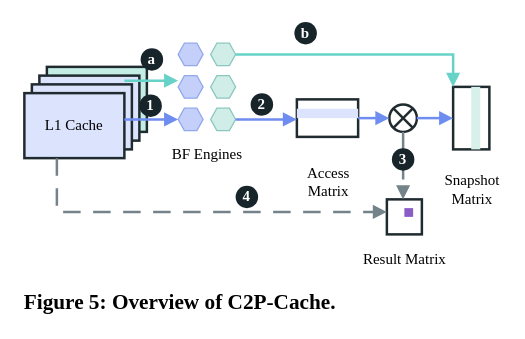
swayhrl/accel-sim-framework keeps this draw.io diagram as docs/c2p-cache/figures/c2p_paper_fig5_layout_redraw.drawio. Above is the earlier version. Source tidied: cells renumbered, new cells numbered last; positions are measured from the earlier drawing's top-left corner, leaving out a move shared by most shapes. Both pictures are drawn from the tidied source at 125%, with x=0, y=0 at pixel (21, 21).
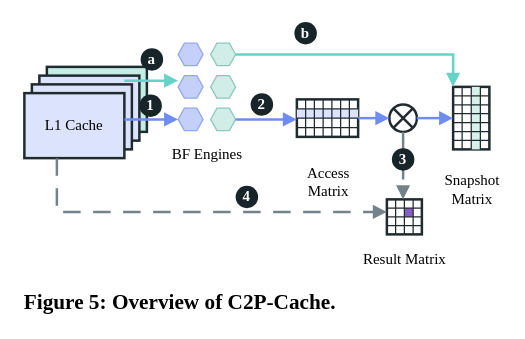
After the change.

Commit message:
Make C2P drawio matrices explicit

Change to the diagram source:
```diff
@@
+    <mxCell id="40" style="endArrow=none;startArrow=none;strokeColor=#202b30;strokeWidth=1;" parent="1" edge="1">
+      <mxGeometry relative="1" as="geometry">
+        <mxPoint x="227" y="62" as="sourcePoint" />
+        <mxPoint x="227" y="92" as="targetPoint" />
+      </mxGeometry>
+    </mxCell>
+    <mxCell id="41" style="endArrow=none;startArrow=none;strokeColor=#202b30;strokeWidth=1;" parent="1" edge="1">
+      <mxGeometry relative="1" as="geometry">
+        <mxPoint x="234" y="62" as="sourcePoint" />
+        <mxPoint x="234" y="92" as="targetPoint" />
+      </mxGeometry>
+    </mxCell>
+    <mxCell id="42" style="endArrow=none;startArrow=none;strokeColor=#202b30;strokeWidth=1;" parent="1" edge="1">
+      <mxGeometry relative="1" as="geometry">
+        <mxPoint x="241" y="62" as="sourcePoint" />
+        <mxPoint x="241" y="92" as="targetPoint" />
+      </mxGeometry>
+    </mxCell>
+    <mxCell id="43" style="endArrow=none;startArrow=none;strokeColor=#202b30;strokeWidth=1;" parent="1" edge="1">
+      <mxGeometry relative="1" as="geometry">
+        <mxPoint x="248" y="62" as="sourcePoint" />
+        <mxPoint x="248" y="92" as="targetPoint" />
+      </mxGeometry>
+    </mxCell>
+    <mxCell id="44" style="endArrow=none;startArrow=none;strokeColor=#202b30;strokeWidth=1;" parent="1" edge="1">
+      <mxGeometry relative="1" as="geometry">
+        <mxPoint x="255" y="62" as="sourcePoint" />
+        <mxPoint x="255" y="92" as="targetPoint" />
+      </mxGeometry>
+    </mxCell>
+    <mxCell id="45" style="endArrow=none;startArrow=none;strokeColor=#202b30;strokeWidth=1;" parent="1" edge="1">
+      <mxGeometry relative="1" as="geometry">
+        <mxPoint x="262" y="62" as="sourcePoint" />
+        <mxPoint x="262" y="92" as="targetPoint" />
+      </mxGeometry>
+    </mxCell>
+    <mxCell id="46" style="endArrow=none;startArrow=none;strokeColor=#202b30;strokeWidth=1;" parent="1" edge="1">
+      <mxGeometry relative="1" as="geometry">
+        <mxPoint x="220" y="69.5" as="sourcePoint" />
+        <mxPoint x="269" y="69.5" as="targetPoint" />
+      </mxGeometry>
+    </mxCell>
+    <mxCell id="47" style="endArrow=none;startArrow=none;strokeColor=#202b30;strokeWidth=1;" parent="1" edge="1">
+      <mxGeometry relative="1" as="geometry">
+        <mxPoint x="220" y="77" as="sourcePoint" />
+        <mxPoint x="269" y="77" as="targetPoint" />
+      </mxGeometry>
+    </mxCell>
+    <mxCell id="48" style="endArrow=none;startArrow=none;strokeColor=#202b30;strokeWidth=1;" parent="1" edge="1">
+      <mxGeometry relative="1" as="geometry">
+        <mxPoint x="220" y="84.5" as="sourcePoint" />
+        <mxPoint x="269" y="84.5" as="targetPoint" />
+      </mxGeometry>
+    </mxCell>
@@
+    <mxCell id="49" style="endArrow=none;startArrow=none;strokeColor=#202b30;strokeWidth=1;" parent="1" edge="1">
+      <mxGeometry relative="1" as="geometry">
+        <mxPoint x="352.2" y="52" as="sourcePoint" />
+        <mxPoint x="352.2" y="102" as="targetPoint" />
+      </mxGeometry>
+    </mxCell>
+    <mxCell id="50" style="endArrow=none;startArrow=none;strokeColor=#202b30;strokeWidth=1;" parent="1" edge="1">
+      <mxGeometry relative="1" as="geometry">
+        <mxPoint x="359.5" y="52" as="sourcePoint" />
+        <mxPoint x="359.5" y="102" as="targetPoint" />
+      </mxGeometry>
+    </mxCell>
+    <mxCell id="51" style="endArrow=none;startArrow=none;strokeColor=#202b30;strokeWidth=1;" parent="1" edge="1">
+      <mxGeometry relative="1" as="geometry">
+        <mxPoint x="366.8" y="52" as="sourcePoint" />
+        <mxPoint x="366.8" y="102" as="targetPoint" />
+      </mxGeometry>
+    </mxCell>
+    <mxCell id="52" style="endArrow=none;startArrow=none;strokeColor=#202b30;strokeWidth=1;" parent="1" edge="1">
+      <mxGeometry relative="1" as="geometry">
+        <mxPoint x="345" y="59.1" as="sourcePoint" />
+        <mxPoint x="374" y="59.1" as="targetPoint" />
+      </mxGeometry>
+    </mxCell>
+    <mxCell id="53" style="endArrow=none;startArrow=none;strokeColor=#202b30;strokeWidth=1;" parent="1" edge="1">
+      <mxGeometry relative="1" as="geometry">
+        <mxPoint x="345" y="66.3" as="sourcePoint" />
+        <mxPoint x="374" y="66.3" as="targetPoint" />
+      </mxGeometry>
+    </mxCell>
+    <mxCell id="54" style="endArrow=none;startArrow=none;strokeColor=#202b30;strokeWidth=1;" parent="1" edge="1">
+      <mxGeometry relative="1" as="geometry">
+        <mxPoint x="345" y="73.4" as="sourcePoint" />
+        <mxPoint x="374" y="73.4" as="targetPoint" />
+      </mxGeometry>
+    </mxCell>
+    <mxCell id="55" style="endArrow=none;startArrow=none;strokeColor=#202b30;strokeWidth=1;" parent="1" edge="1">
+      <mxGeometry relative="1" as="geometry">
+        <mxPoint x="345" y="80.6" as="sourcePoint" />
+        <mxPoint x="374" y="80.6" as="targetPoint" />
+      </mxGeometry>
+    </mxCell>
+    <mxCell id="56" style="endArrow=none;startArrow=none;strokeColor=#202b30;strokeWidth=1;" parent="1" edge="1">
+      <mxGeometry relative="1" as="geometry">
+        <mxPoint x="345" y="87.7" as="sourcePoint" />
+        <mxPoint x="374" y="87.7" as="targetPoint" />
+      </mxGeometry>
+    </mxCell>
+    <mxCell id="57" style="endArrow=none;startArrow=none;strokeColor=#202b30;strokeWidth=1;" parent="1" edge="1">
+      <mxGeometry relative="1" as="geometry">
+        <mxPoint x="345" y="94.8" as="sourcePoint" />
+        <mxPoint x="374" y="94.8" as="targetPoint" />
+      </mxGeometry>
+    </mxCell>
@@
+    <mxCell id="58" style="endArrow=none;startArrow=none;strokeColor=#202b30;strokeWidth=1;" parent="1" edge="1">
+      <mxGeometry relative="1" as="geometry">
+        <mxPoint x="299" y="142" as="sourcePoint" />
+        <mxPoint x="299" y="170" as="targetPoint" />
+      </mxGeometry>
+    </mxCell>
+    <mxCell id="59" style="endArrow=none;startArrow=none;strokeColor=#202b30;strokeWidth=1;" parent="1" edge="1">
+      <mxGeometry relative="1" as="geometry">
+        <mxPoint x="306" y="142" as="sourcePoint" />
+        <mxPoint x="306" y="170" as="targetPoint" />
+      </mxGeometry>
+    </mxCell>
+    <mxCell id="60" style="endArrow=none;startArrow=none;strokeColor=#202b30;strokeWidth=1;" parent="1" edge="1">
+      <mxGeometry relative="1" as="geometry">
+        <mxPoint x="313" y="142" as="sourcePoint" />
+        <mxPoint x="313" y="170" as="targetPoint" />
+      </mxGeometry>
+    </mxCell>
+    <mxCell id="61" style="endArrow=none;startArrow=none;strokeColor=#202b30;strokeWidth=1;" parent="1" edge="1">
+      <mxGeometry relative="1" as="geometry">
+        <mxPoint x="292" y="149" as="sourcePoint" />
+        <mxPoint x="320" y="149" as="targetPoint" />
+      </mxGeometry>
+    </mxCell>
+    <mxCell id="62" style="endArrow=none;startArrow=none;strokeColor=#202b30;strokeWidth=1;" parent="1" edge="1">
+      <mxGeometry relative="1" as="geometry">
+        <mxPoint x="292" y="156" as="sourcePoint" />
+        <mxPoint x="320" y="156" as="targetPoint" />
+      </mxGeometry>
+    </mxCell>
+    <mxCell id="63" style="endArrow=none;startArrow=none;strokeColor=#202b30;strokeWidth=1;" parent="1" edge="1">
+      <mxGeometry relative="1" as="geometry">
+        <mxPoint x="292" y="163" as="sourcePoint" />
+        <mxPoint x="320" y="163" as="targetPoint" />
+      </mxGeometry>
+    </mxCell>
```
